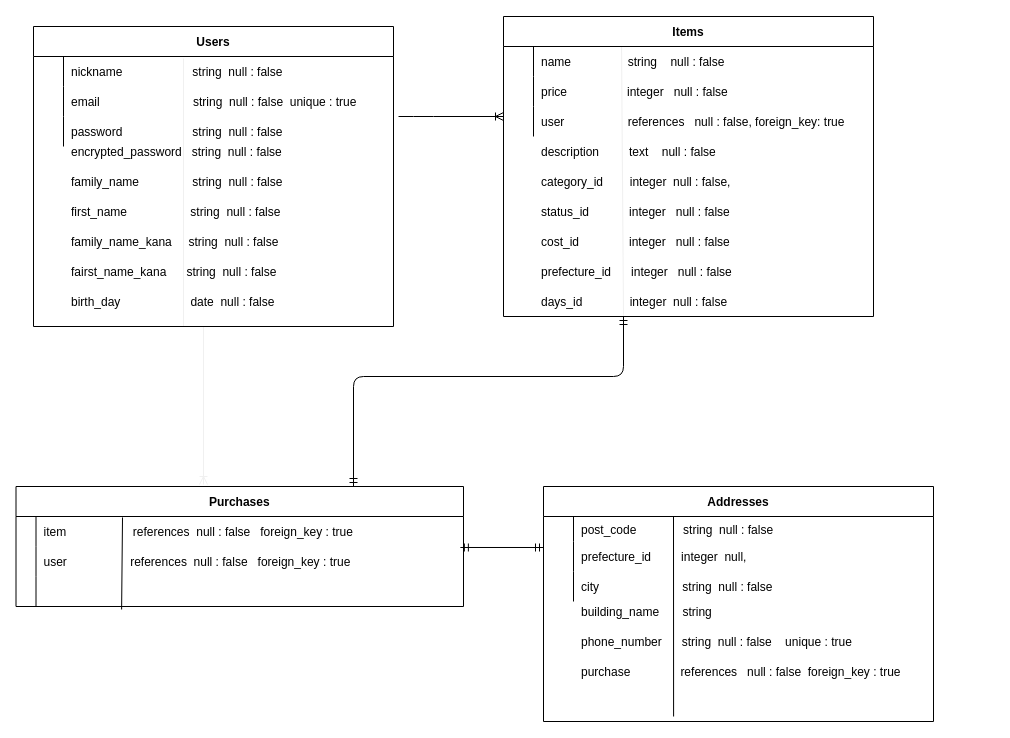
snake97123/furima-32028 keeps this draw.io diagram as furima.dio. Above is the earlier version. Source tidied: cells renumbered, new cells numbered last; positions are measured from the earlier drawing's top-left corner, leaving out a move shared by most shapes. Both pictures are drawn from the tidied source at 100%, with x=0, y=0 at pixel (15, 16).
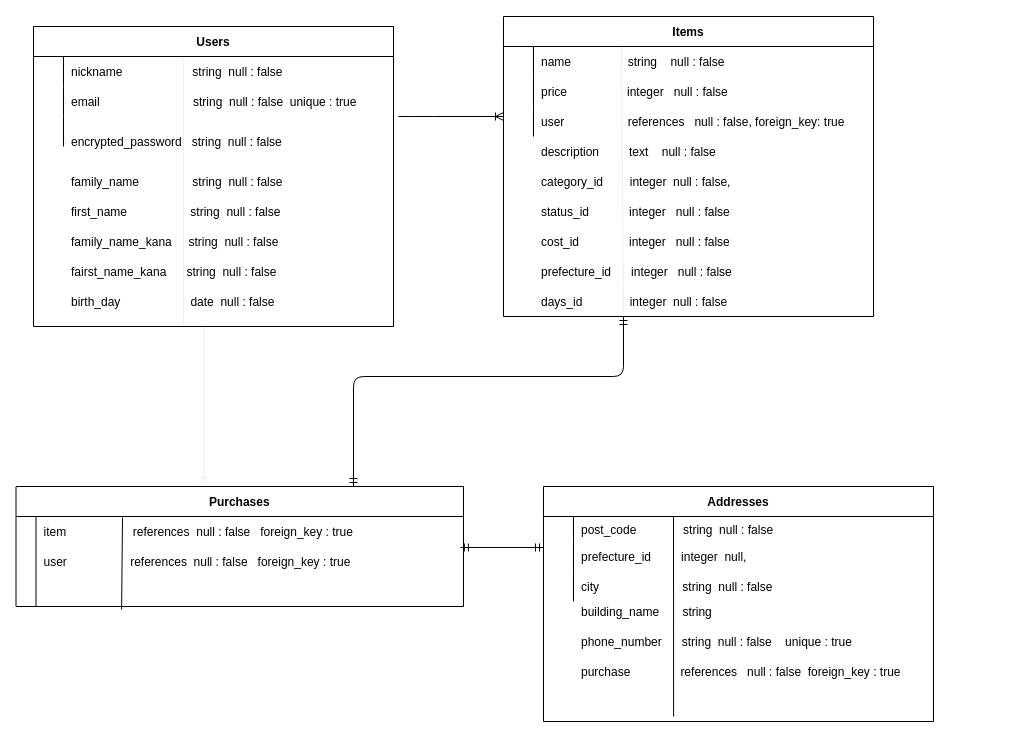
After the change.

Commit message (it also covers changes not shown here):
データベース設計(userテーブル) 修正

The change refers to these unchanged cells:
```xml
<mxCell id="35" style="shape=partialRectangle;fillColor=none;top=0;left=0;bottom=0;right=0;points=[[0,0.5],[1,0.5]];portConstraint=eastwest;" parent="28" vertex="1">
  <mxGeometry y="90" width="360" height="30" as="geometry" />
</mxCell>
```

Change to the diagram source:
```diff
@@
-    <mxCell id="37" value="password                     string  null : false " style="shape=partialRectangle;fillColor=none;top=0;left=0;bottom=0;right=0;align=left;spacingLeft=6;overflow=hidden;" parent="35" vertex="1">
+    <mxCell id="37" style="shape=partialRectangle;fillColor=none;top=0;left=0;bottom=0;right=0;align=left;spacingLeft=6;overflow=hidden;" parent="35" vertex="1">
       <mxGeometry x="30" width="330" height="30" as="geometry" />
     </mxCell>
@@
     <mxCell id="64" value="encrypted_password   string  null : false " style="shape=partialRectangle;fillColor=none;top=0;left=0;bottom=0;right=0;align=left;spacingLeft=6;overflow=hidden;" parent="1" vertex="1">
-      <mxGeometry x="48" y="120" width="330" height="30" as="geometry" />
+      <mxGeometry x="48" y="110" width="330" height="30" as="geometry" />
     </mxCell>
```
